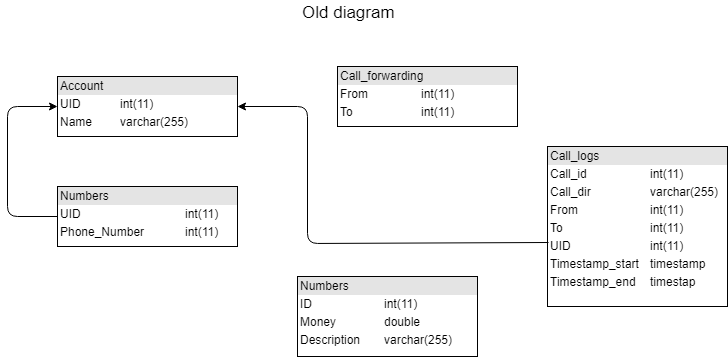
Above: phonenetwork.png in KutuzovaEkaterina/phone-network (draw.io), before the change. Source tidied: cells renumbered, new cells last; positions are measured from the earlier drawing's top-left corner, leaving out a move shared by most shapes. Source of this version:
```xml
<mxGraphModel>
  <root>
    <mxCell id="0" />
    <mxCell id="1" parent="0" />
    <mxCell id="2" value="&lt;div style=&quot;box-sizing: border-box ; width: 100% ; background: #e4e4e4 ; padding: 2px&quot;&gt;Account&lt;/div&gt;&lt;table style=&quot;width: 100% ; font-size: 1em&quot; cellpadding=&quot;2&quot; cellspacing=&quot;0&quot;&gt;&lt;tbody&gt;&lt;tr&gt;&lt;td&gt;UID&lt;/td&gt;&lt;td&gt;int(11)&lt;/td&gt;&lt;/tr&gt;&lt;tr&gt;&lt;td&gt;Name&lt;/td&gt;&lt;td&gt;varchar(255)&lt;/td&gt;&lt;/tr&gt;&lt;tr&gt;&lt;td&gt;&lt;/td&gt;&lt;td&gt;&lt;br&gt;&lt;/td&gt;&lt;/tr&gt;&lt;/tbody&gt;&lt;/table&gt;" style="verticalAlign=top;align=left;overflow=fill;html=1;" parent="1" vertex="1">
      <mxGeometry x="50" y="76" width="180" height="60" as="geometry" />
    </mxCell>
    <mxCell id="3" value="&lt;div style=&quot;box-sizing: border-box ; width: 100% ; background: #e4e4e4 ; padding: 2px&quot;&gt;Numbers&lt;/div&gt;&lt;table style=&quot;width: 100% ; font-size: 1em&quot; cellpadding=&quot;2&quot; cellspacing=&quot;0&quot;&gt;&lt;tbody&gt;&lt;tr&gt;&lt;td&gt;UID&lt;/td&gt;&lt;td&gt;int(11)&lt;/td&gt;&lt;/tr&gt;&lt;tr&gt;&lt;td&gt;Phone_Number&lt;/td&gt;&lt;td&gt;int(11)&lt;/td&gt;&lt;/tr&gt;&lt;tr&gt;&lt;td&gt;&lt;/td&gt;&lt;td&gt;&lt;br&gt;&lt;/td&gt;&lt;/tr&gt;&lt;/tbody&gt;&lt;/table&gt;" style="verticalAlign=top;align=left;overflow=fill;html=1;" parent="1" vertex="1">
      <mxGeometry x="50" y="186" width="180" height="60" as="geometry" />
    </mxCell>
    <mxCell id="4" value="&lt;div style=&quot;box-sizing: border-box ; width: 100% ; background: #e4e4e4 ; padding: 2px&quot;&gt;Call_forwarding&lt;/div&gt;&lt;table style=&quot;width: 100% ; font-size: 1em&quot; cellpadding=&quot;2&quot; cellspacing=&quot;0&quot;&gt;&lt;tbody&gt;&lt;tr&gt;&lt;td&gt;From&lt;/td&gt;&lt;td&gt;int(11)&lt;/td&gt;&lt;/tr&gt;&lt;tr&gt;&lt;td&gt;To&lt;/td&gt;&lt;td&gt;int(11)&lt;/td&gt;&lt;/tr&gt;&lt;tr&gt;&lt;td&gt;&lt;/td&gt;&lt;td&gt;&lt;br&gt;&lt;/td&gt;&lt;/tr&gt;&lt;/tbody&gt;&lt;/table&gt;" style="verticalAlign=top;align=left;overflow=fill;html=1;" parent="1" vertex="1">
      <mxGeometry x="330" y="66" width="180" height="60" as="geometry" />
    </mxCell>
    <mxCell id="5" value="&lt;div style=&quot;box-sizing: border-box ; width: 100% ; background: #e4e4e4 ; padding: 2px&quot;&gt;Call_logs&lt;/div&gt;&lt;table style=&quot;width: 100% ; font-size: 1em&quot; cellpadding=&quot;2&quot; cellspacing=&quot;0&quot;&gt;&lt;tbody&gt;&lt;tr&gt;&lt;td&gt;Call_id&lt;/td&gt;&lt;td&gt;int(11)&lt;/td&gt;&lt;/tr&gt;&lt;tr&gt;&lt;td&gt;Call_dir&lt;/td&gt;&lt;td&gt;varchar(255)&lt;br&gt;&lt;/td&gt;&lt;/tr&gt;&lt;tr&gt;&lt;td&gt;From&lt;/td&gt;&lt;td&gt;int(11)&lt;br&gt;&lt;/td&gt;&lt;/tr&gt;&lt;tr&gt;&lt;td&gt;To&lt;/td&gt;&lt;td&gt;int(11)&lt;br&gt;&lt;/td&gt;&lt;/tr&gt;&lt;tr&gt;&lt;td&gt;UID&lt;/td&gt;&lt;td&gt;int(11)&lt;br&gt;&lt;/td&gt;&lt;/tr&gt;&lt;tr&gt;&lt;td&gt;Timestamp_start&lt;/td&gt;&lt;td&gt;timestamp&lt;/td&gt;&lt;/tr&gt;&lt;tr&gt;&lt;td&gt;Timestamp_end&lt;/td&gt;&lt;td&gt;timestap&lt;/td&gt;&lt;/tr&gt;&lt;tr&gt;&lt;td&gt;&lt;br&gt;&lt;/td&gt;&lt;td&gt;&lt;br&gt;&lt;/td&gt;&lt;/tr&gt;&lt;tr&gt;&lt;td&gt;&lt;/td&gt;&lt;td&gt;&lt;br&gt;&lt;/td&gt;&lt;/tr&gt;&lt;/tbody&gt;&lt;/table&gt;" style="verticalAlign=top;align=left;overflow=fill;html=1;" parent="1" vertex="1">
      <mxGeometry x="540" y="146" width="180" height="160" as="geometry" />
    </mxCell>
    <mxCell id="6" value="&lt;div style=&quot;box-sizing: border-box ; width: 100% ; background: #e4e4e4 ; padding: 2px&quot;&gt;Numbers&lt;/div&gt;&lt;table style=&quot;width: 100% ; font-size: 1em&quot; cellpadding=&quot;2&quot; cellspacing=&quot;0&quot;&gt;&lt;tbody&gt;&lt;tr&gt;&lt;td&gt;ID&lt;/td&gt;&lt;td&gt;int(11)&lt;/td&gt;&lt;/tr&gt;&lt;tr&gt;&lt;td&gt;Money&lt;/td&gt;&lt;td&gt;double&lt;/td&gt;&lt;/tr&gt;&lt;tr&gt;&lt;td&gt;Description&lt;/td&gt;&lt;td&gt;varchar(255)&lt;/td&gt;&lt;/tr&gt;&lt;tr&gt;&lt;td&gt;&lt;/td&gt;&lt;td&gt;&lt;br&gt;&lt;/td&gt;&lt;/tr&gt;&lt;/tbody&gt;&lt;/table&gt;" style="verticalAlign=top;align=left;overflow=fill;html=1;" parent="1" vertex="1">
      <mxGeometry x="290" y="276" width="180" height="80" as="geometry" />
    </mxCell>
    <mxCell id="7" style="endArrow=none;endFill=0;endSize=12;html=1;exitX=0;exitY=0.5;exitDx=0;exitDy=0;entryX=0;entryY=0.5;entryDx=0;entryDy=0;startArrow=classic;startFill=1;" parent="1" edge="1" source="2" target="3">
      <mxGeometry relative="1" as="geometry">
        <Array as="points">
          <mxPoint y="106" />
          <mxPoint y="216" />
        </Array>
      </mxGeometry>
    </mxCell>
    <mxCell id="8" style="endArrow=none;endFill=0;endSize=12;html=1;startArrow=classic;startFill=1;exitX=1;exitY=0.5;exitDx=0;exitDy=0;entryX=0.006;entryY=0.6;entryDx=0;entryDy=0;entryPerimeter=0;" parent="1" edge="1" source="2" target="5">
      <mxGeometry relative="1" as="geometry">
        <Array as="points">
          <mxPoint x="300" y="106" />
          <mxPoint x="300" y="243" />
        </Array>
      </mxGeometry>
    </mxCell>
    <mxCell id="9" value="&lt;font style=&quot;font-size: 17px&quot;&gt;Old diagram&lt;/font&gt;&lt;br&gt;" style="text;html=1;align=left;verticalAlign=top;spacingTop=-4;" parent="1" vertex="1">
      <mxGeometry x="293" width="110" height="20" as="geometry" />
    </mxCell>
  </root>
</mxGraphModel>
```
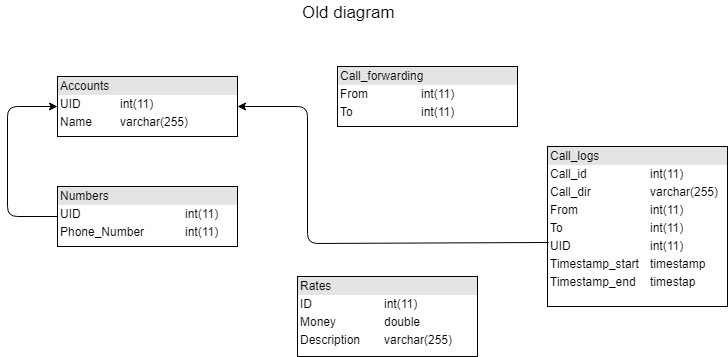
Later version of the same file.

What changed in the source:
```diff
@@ -2,7 +2,7 @@
   <root>
     <mxCell id="0" />
     <mxCell id="1" parent="0" />
-    <mxCell id="2" value="&lt;div style=&quot;box-sizing: border-box ; width: 100% ; background: #e4e4e4 ; padding: 2px&quot;&gt;Account&lt;/div&gt;&lt;table style=&quot;width: 100% ; font-size: 1em&quot; cellpadding=&quot;2&quot; cellspacing=&quot;0&quot;&gt;&lt;tbody&gt;&lt;tr&gt;&lt;td&gt;UID&lt;/td&gt;&lt;td&gt;int(11)&lt;/td&gt;&lt;/tr&gt;&lt;tr&gt;&lt;td&gt;Name&lt;/td&gt;&lt;td&gt;varchar(255)&lt;/td&gt;&lt;/tr&gt;&lt;tr&gt;&lt;td&gt;&lt;/td&gt;&lt;td&gt;&lt;br&gt;&lt;/td&gt;&lt;/tr&gt;&lt;/tbody&gt;&lt;/table&gt;" style="verticalAlign=top;align=left;overflow=fill;html=1;" parent="1" vertex="1">
+    <mxCell id="2" value="&lt;div style=&quot;box-sizing: border-box ; width: 100% ; background: #e4e4e4 ; padding: 2px&quot;&gt;Accounts&lt;/div&gt;&lt;table style=&quot;width: 100% ; font-size: 1em&quot; cellpadding=&quot;2&quot; cellspacing=&quot;0&quot;&gt;&lt;tbody&gt;&lt;tr&gt;&lt;td&gt;UID&lt;/td&gt;&lt;td&gt;int(11)&lt;/td&gt;&lt;/tr&gt;&lt;tr&gt;&lt;td&gt;Name&lt;/td&gt;&lt;td&gt;varchar(255)&lt;/td&gt;&lt;/tr&gt;&lt;tr&gt;&lt;td&gt;&lt;/td&gt;&lt;td&gt;&lt;br&gt;&lt;/td&gt;&lt;/tr&gt;&lt;/tbody&gt;&lt;/table&gt;" style="verticalAlign=top;align=left;overflow=fill;html=1;" parent="1" vertex="1">
       <mxGeometry x="50" y="76" width="180" height="60" as="geometry" />
     </mxCell>
     <mxCell id="3" value="&lt;div style=&quot;box-sizing: border-box ; width: 100% ; background: #e4e4e4 ; padding: 2px&quot;&gt;Numbers&lt;/div&gt;&lt;table style=&quot;width: 100% ; font-size: 1em&quot; cellpadding=&quot;2&quot; cellspacing=&quot;0&quot;&gt;&lt;tbody&gt;&lt;tr&gt;&lt;td&gt;UID&lt;/td&gt;&lt;td&gt;int(11)&lt;/td&gt;&lt;/tr&gt;&lt;tr&gt;&lt;td&gt;Phone_Number&lt;/td&gt;&lt;td&gt;int(11)&lt;/td&gt;&lt;/tr&gt;&lt;tr&gt;&lt;td&gt;&lt;/td&gt;&lt;td&gt;&lt;br&gt;&lt;/td&gt;&lt;/tr&gt;&lt;/tbody&gt;&lt;/table&gt;" style="verticalAlign=top;align=left;overflow=fill;html=1;" parent="1" vertex="1">
@@ -14,7 +14,7 @@
     <mxCell id="5" value="&lt;div style=&quot;box-sizing: border-box ; width: 100% ; background: #e4e4e4 ; padding: 2px&quot;&gt;Call_logs&lt;/div&gt;&lt;table style=&quot;width: 100% ; font-size: 1em&quot; cellpadding=&quot;2&quot; cellspacing=&quot;0&quot;&gt;&lt;tbody&gt;&lt;tr&gt;&lt;td&gt;Call_id&lt;/td&gt;&lt;td&gt;int(11)&lt;/td&gt;&lt;/tr&gt;&lt;tr&gt;&lt;td&gt;Call_dir&lt;/td&gt;&lt;td&gt;varchar(255)&lt;br&gt;&lt;/td&gt;&lt;/tr&gt;&lt;tr&gt;&lt;td&gt;From&lt;/td&gt;&lt;td&gt;int(11)&lt;br&gt;&lt;/td&gt;&lt;/tr&gt;&lt;tr&gt;&lt;td&gt;To&lt;/td&gt;&lt;td&gt;int(11)&lt;br&gt;&lt;/td&gt;&lt;/tr&gt;&lt;tr&gt;&lt;td&gt;UID&lt;/td&gt;&lt;td&gt;int(11)&lt;br&gt;&lt;/td&gt;&lt;/tr&gt;&lt;tr&gt;&lt;td&gt;Timestamp_start&lt;/td&gt;&lt;td&gt;timestamp&lt;/td&gt;&lt;/tr&gt;&lt;tr&gt;&lt;td&gt;Timestamp_end&lt;/td&gt;&lt;td&gt;timestap&lt;/td&gt;&lt;/tr&gt;&lt;tr&gt;&lt;td&gt;&lt;br&gt;&lt;/td&gt;&lt;td&gt;&lt;br&gt;&lt;/td&gt;&lt;/tr&gt;&lt;tr&gt;&lt;td&gt;&lt;/td&gt;&lt;td&gt;&lt;br&gt;&lt;/td&gt;&lt;/tr&gt;&lt;/tbody&gt;&lt;/table&gt;" style="verticalAlign=top;align=left;overflow=fill;html=1;" parent="1" vertex="1">
       <mxGeometry x="540" y="146" width="180" height="160" as="geometry" />
     </mxCell>
-    <mxCell id="6" value="&lt;div style=&quot;box-sizing: border-box ; width: 100% ; background: #e4e4e4 ; padding: 2px&quot;&gt;Numbers&lt;/div&gt;&lt;table style=&quot;width: 100% ; font-size: 1em&quot; cellpadding=&quot;2&quot; cellspacing=&quot;0&quot;&gt;&lt;tbody&gt;&lt;tr&gt;&lt;td&gt;ID&lt;/td&gt;&lt;td&gt;int(11)&lt;/td&gt;&lt;/tr&gt;&lt;tr&gt;&lt;td&gt;Money&lt;/td&gt;&lt;td&gt;double&lt;/td&gt;&lt;/tr&gt;&lt;tr&gt;&lt;td&gt;Description&lt;/td&gt;&lt;td&gt;varchar(255)&lt;/td&gt;&lt;/tr&gt;&lt;tr&gt;&lt;td&gt;&lt;/td&gt;&lt;td&gt;&lt;br&gt;&lt;/td&gt;&lt;/tr&gt;&lt;/tbody&gt;&lt;/table&gt;" style="verticalAlign=top;align=left;overflow=fill;html=1;" parent="1" vertex="1">
+    <mxCell id="6" value="&lt;div style=&quot;box-sizing: border-box ; width: 100% ; background: #e4e4e4 ; padding: 2px&quot;&gt;Rates&lt;/div&gt;&lt;table style=&quot;width: 100% ; font-size: 1em&quot; cellpadding=&quot;2&quot; cellspacing=&quot;0&quot;&gt;&lt;tbody&gt;&lt;tr&gt;&lt;td&gt;ID&lt;/td&gt;&lt;td&gt;int(11)&lt;/td&gt;&lt;/tr&gt;&lt;tr&gt;&lt;td&gt;Money&lt;/td&gt;&lt;td&gt;double&lt;/td&gt;&lt;/tr&gt;&lt;tr&gt;&lt;td&gt;Description&lt;/td&gt;&lt;td&gt;varchar(255)&lt;/td&gt;&lt;/tr&gt;&lt;tr&gt;&lt;td&gt;&lt;/td&gt;&lt;td&gt;&lt;br&gt;&lt;/td&gt;&lt;/tr&gt;&lt;/tbody&gt;&lt;/table&gt;" style="verticalAlign=top;align=left;overflow=fill;html=1;" parent="1" vertex="1">
       <mxGeometry x="290" y="276" width="180" height="80" as="geometry" />
     </mxCell>
     <mxCell id="7" style="endArrow=none;endFill=0;endSize=12;html=1;exitX=0;exitY=0.5;exitDx=0;exitDy=0;entryX=0;entryY=0.5;entryDx=0;entryDy=0;startArrow=classic;startFill=1;" parent="1" edge="1" source="2" target="3">
```
